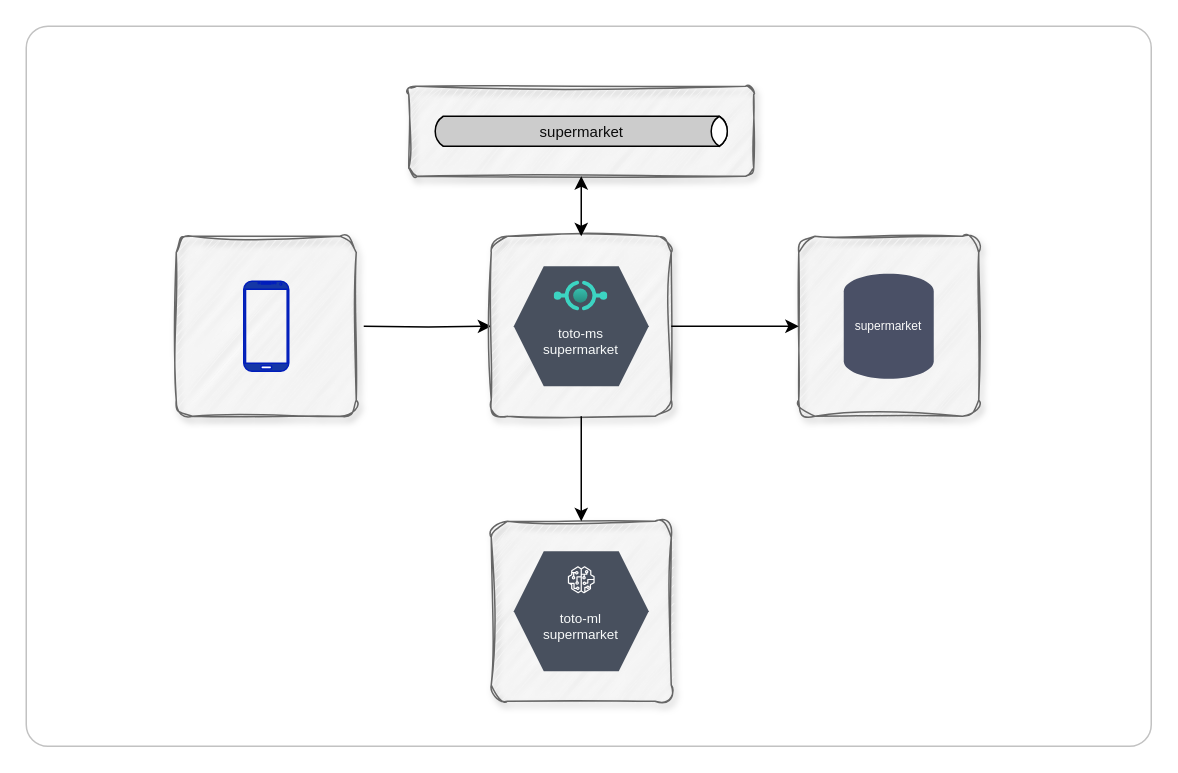
The draw.io diagram page "Architecture" (1 of 2) of docs/diagrams/Architecture.drawio in nicolasances/toto-ms-supermarket, before the edit. Source tidied: cells renumbered, new cells numbered last; positions are measured from the earlier drawing's top-left corner, leaving out a move shared by most shapes. Both pictures are drawn from the tidied source at 150%, with x=0, y=0 at pixel (26, 26).
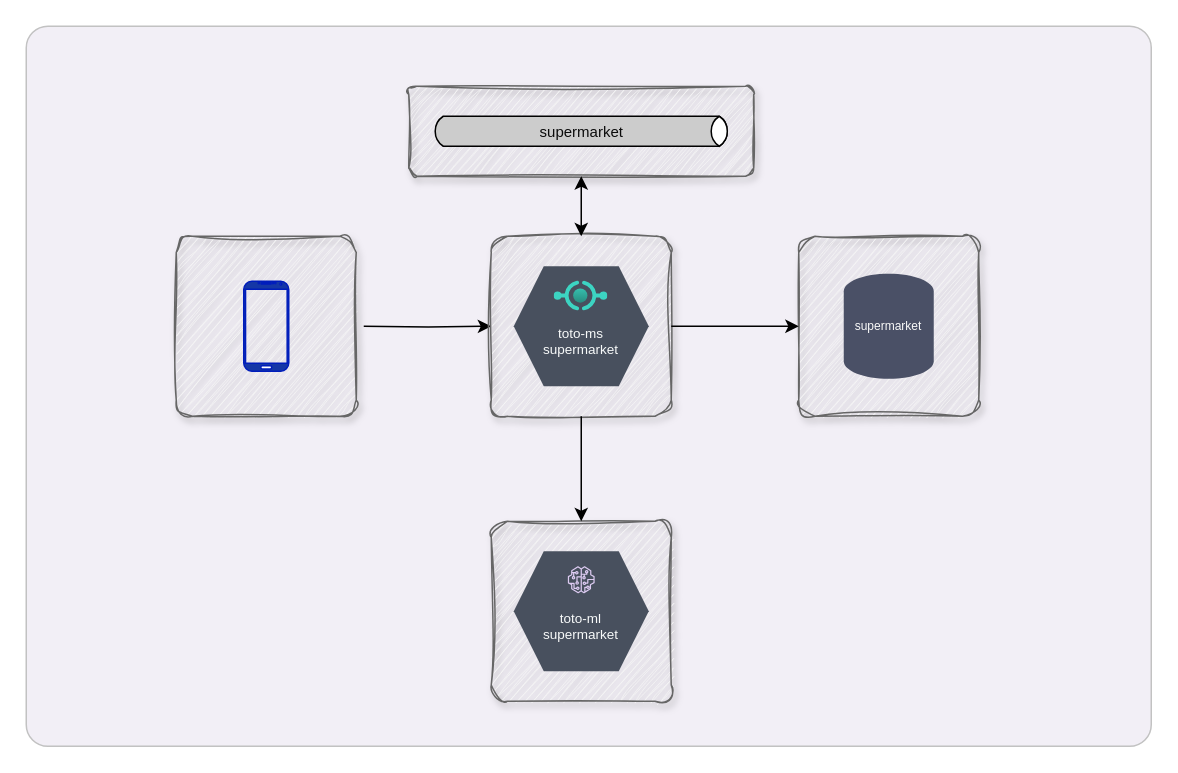
The same page after the edit.

The change refers to these unchanged cells:
```xml
<mxCell id="12" style="group;" parent="10" vertex="1">
  <mxGeometry width="90" height="80" as="geometry" />
</mxCell>
```

The edit, as a diff of the source:
```diff
@@
-<mxGraphModel background="#ffffff">
+<mxGraphModel>
@@
-    <mxCell id="2" style="whiteSpace=wrap;html=1;rounded=1;arcSize=3;strokeColor=#C2C2C2;" parent="1" vertex="1">
+    <mxCell id="2" style="whiteSpace=wrap;html=1;rounded=1;arcSize=3;strokeColor=#C2C2C2;fillColor=#f2eff6;" parent="1" vertex="1">
       <mxGeometry width="750" height="480" as="geometry" />
     </mxCell>
@@
-    <mxCell id="14" style="sketch=0;dashed=0;verticalLabelPosition=bottom;verticalAlign=top;align=center;html=1;fontSize=12;fontStyle=0;shape=mxgraph.aws4.sagemaker_model;" parent="12" vertex="1">
+    <mxCell id="14" style="sketch=0;dashed=0;verticalLabelPosition=bottom;verticalAlign=top;align=center;html=1;fontSize=12;fontStyle=0;shape=mxgraph.aws4.sagemaker_model;fillColor=#DDCBF2;" parent="12" vertex="1">
       <mxGeometry x="36" y="10" width="18" height="18" as="geometry" />
     </mxCell>
```
